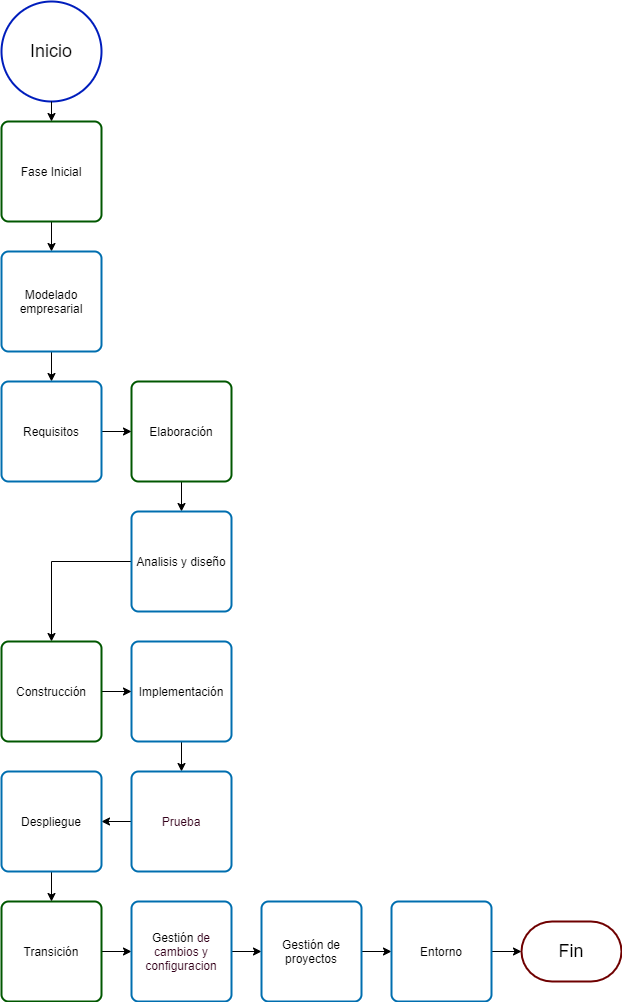
Before: img/DiagramaDeFlujoRUP.drawio.png, a diagram exported from draw.io (EduardoCollazoR/AnalisisAvanzDeSoft). Source tidied: cells renumbered, new cells last; positions are measured from the earlier drawing's top-left corner, leaving out a move shared by most shapes.
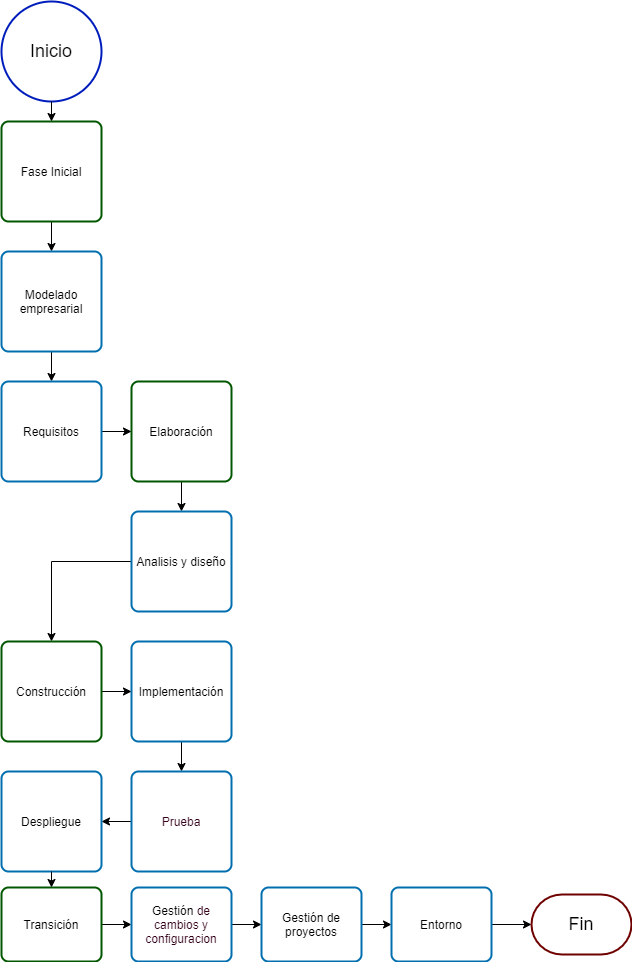
After the commit.

What changed in the source:
```diff
@@ -48,7 +48,7 @@
       <mxGeometry relative="1" as="geometry" />
     </mxCell>
     <mxCell id="17" value="&lt;font color=&quot;#000000&quot;&gt;Transici&lt;span class=&quot;ILfuVd&quot;&gt;ó&lt;/span&gt;n&lt;/font&gt;" style="rounded=1;whiteSpace=wrap;html=1;absoluteArcSize=1;arcSize=14;strokeWidth=2;fillColor=none;strokeColor=#005700;fontColor=#ffffff;" parent="1" vertex="1">
-      <mxGeometry y="900" width="100" height="100" as="geometry" />
+      <mxGeometry y="886" width="100" height="74" as="geometry" />
     </mxCell>
     <mxCell id="18" style="edgeStyle=orthogonalEdgeStyle;rounded=0;jettySize=auto;html=1;" parent="1" edge="1" source="19" target="21">
       <mxGeometry relative="1" as="geometry" />
@@ -56,9 +56,6 @@
     <mxCell id="19" value="&lt;font color=&quot;#33001a&quot;&gt;Prueba&lt;/font&gt;" style="rounded=1;whiteSpace=wrap;html=1;absoluteArcSize=1;arcSize=14;strokeWidth=2;fillColor=none;strokeColor=#006EAF;fontColor=#ffffff;" parent="1" vertex="1">
       <mxGeometry x="130" y="770" width="100" height="100" as="geometry" />
     </mxCell>
-    <mxCell id="20" style="edgeStyle=orthogonalEdgeStyle;rounded=0;jettySize=auto;html=1;" parent="1" edge="1" source="21" target="17">
-      <mxGeometry relative="1" as="geometry" />
-    </mxCell>
     <mxCell id="21" value="&lt;font color=&quot;#000000&quot;&gt;Despliegue&lt;/font&gt;" style="rounded=1;whiteSpace=wrap;html=1;absoluteArcSize=1;arcSize=14;strokeWidth=2;fillColor=none;strokeColor=#006EAF;fontColor=#ffffff;" parent="1" vertex="1">
       <mxGeometry y="770" width="100" height="100" as="geometry" />
     </mxCell>
@@ -66,30 +63,31 @@
       <mxGeometry relative="1" as="geometry" />
     </mxCell>
     <mxCell id="23" value="&lt;font color=&quot;#000000&quot;&gt;Gesti&lt;span class=&quot;ILfuVd&quot;&gt;ó&lt;/span&gt;n &lt;/font&gt;&lt;font color=&quot;#33001a&quot;&gt;de cambios y configuracion&lt;/font&gt;" style="rounded=1;whiteSpace=wrap;html=1;absoluteArcSize=1;arcSize=14;strokeWidth=2;fillColor=none;strokeColor=#006EAF;fontColor=#ffffff;" parent="1" vertex="1">
-      <mxGeometry x="130" y="900" width="100" height="100" as="geometry" />
+      <mxGeometry x="130" y="886" width="100" height="74" as="geometry" />
     </mxCell>
     <mxCell id="24" style="edgeStyle=orthogonalEdgeStyle;rounded=0;jettySize=auto;html=1;" parent="1" edge="1" source="25" target="27">
       <mxGeometry relative="1" as="geometry" />
     </mxCell>
     <mxCell id="25" value="&lt;font color=&quot;#000000&quot;&gt;Gesti&lt;span class=&quot;ILfuVd&quot;&gt;ó&lt;/span&gt;n de proyectos&lt;/font&gt;" style="rounded=1;whiteSpace=wrap;html=1;absoluteArcSize=1;arcSize=14;strokeWidth=2;fillColor=none;strokeColor=#006EAF;fontColor=#ffffff;" parent="1" vertex="1">
-      <mxGeometry x="260" y="900" width="100" height="100" as="geometry" />
+      <mxGeometry x="260" y="886" width="100" height="74" as="geometry" />
     </mxCell>
-    <mxCell id="26" style="edgeStyle=orthogonalEdgeStyle;rounded=0;jettySize=auto;html=1;" parent="1" edge="1" source="27">
-      <mxGeometry relative="1" as="geometry">
-        <mxPoint x="520" y="950" as="targetPoint" />
-      </mxGeometry>
+    <mxCell id="26" style="edgeStyle=orthogonalEdgeStyle;rounded=0;jettySize=auto;html=1;entryX=0;entryY=0.5;entryDx=0;entryDy=0;entryPerimeter=0;" parent="1" edge="1" source="27" target="29">
+      <mxGeometry relative="1" as="geometry" />
     </mxCell>
     <mxCell id="27" value="&lt;font color=&quot;#000000&quot;&gt;Entorno&lt;/font&gt;" style="rounded=1;whiteSpace=wrap;html=1;absoluteArcSize=1;arcSize=14;strokeWidth=2;fillColor=none;strokeColor=#006EAF;fontColor=#ffffff;" parent="1" vertex="1">
-      <mxGeometry x="390" y="900" width="100" height="100" as="geometry" />
+      <mxGeometry x="390" y="886" width="100" height="74" as="geometry" />
     </mxCell>
     <mxCell id="28" value="&lt;font color=&quot;#000000&quot; style=&quot;font-size: 18px&quot;&gt;Inicio&lt;/font&gt;" style="strokeWidth=2;html=1;shape=mxgraph.flowchart.start_2;whiteSpace=wrap;fillColor=none;strokeColor=#001DBC;fontColor=#ffffff;" parent="1" vertex="1">
       <mxGeometry width="100" height="100" as="geometry" />
     </mxCell>
     <mxCell id="29" value="&lt;font color=&quot;#000000&quot; style=&quot;font-size: 18px&quot;&gt;Fin&lt;/font&gt;" style="strokeWidth=2;html=1;shape=mxgraph.flowchart.terminator;whiteSpace=wrap;fillColor=none;strokeColor=#6F0000;fontColor=#ffffff;" parent="1" vertex="1">
-      <mxGeometry x="520" y="920" width="100" height="60" as="geometry" />
+      <mxGeometry x="530" y="893" width="100" height="60" as="geometry" />
     </mxCell>
     <mxCell id="30" style="endArrow=classic;html=1;exitX=0.5;exitY=1;exitDx=0;exitDy=0;exitPerimeter=0;entryX=0.5;entryY=0;entryDx=0;entryDy=0;" parent="1" edge="1" source="28" target="3">
       <mxGeometry relative="1" as="geometry" />
     </mxCell>
+    <mxCell id="20" style="endArrow=classic;html=1;exitX=0.5;exitY=1;exitDx=0;exitDy=0;entryX=0.5;entryY=0;entryDx=0;entryDy=0;" parent="1" edge="1" source="21" target="17">
+      <mxGeometry relative="1" as="geometry" />
+    </mxCell>
   </root>
 </mxGraphModel>
```
